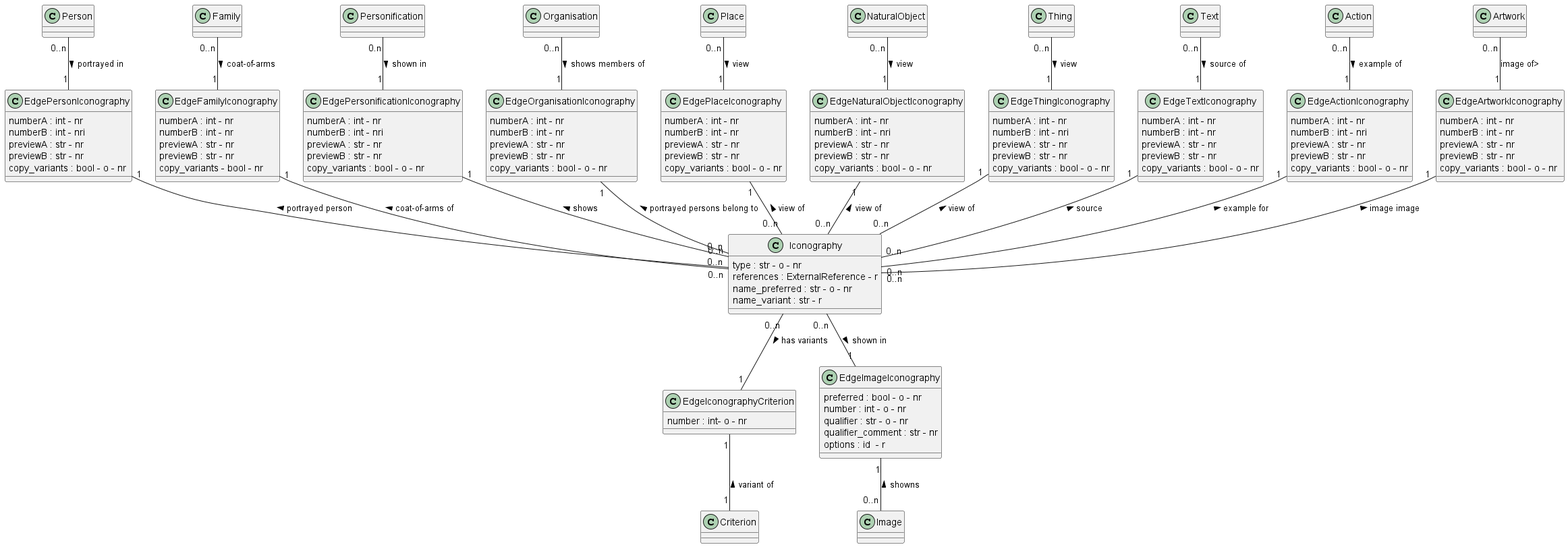
Earlier version of the PlantUML export documentation/class_diagrams/Iconography.png (tmasch/bpf_be).
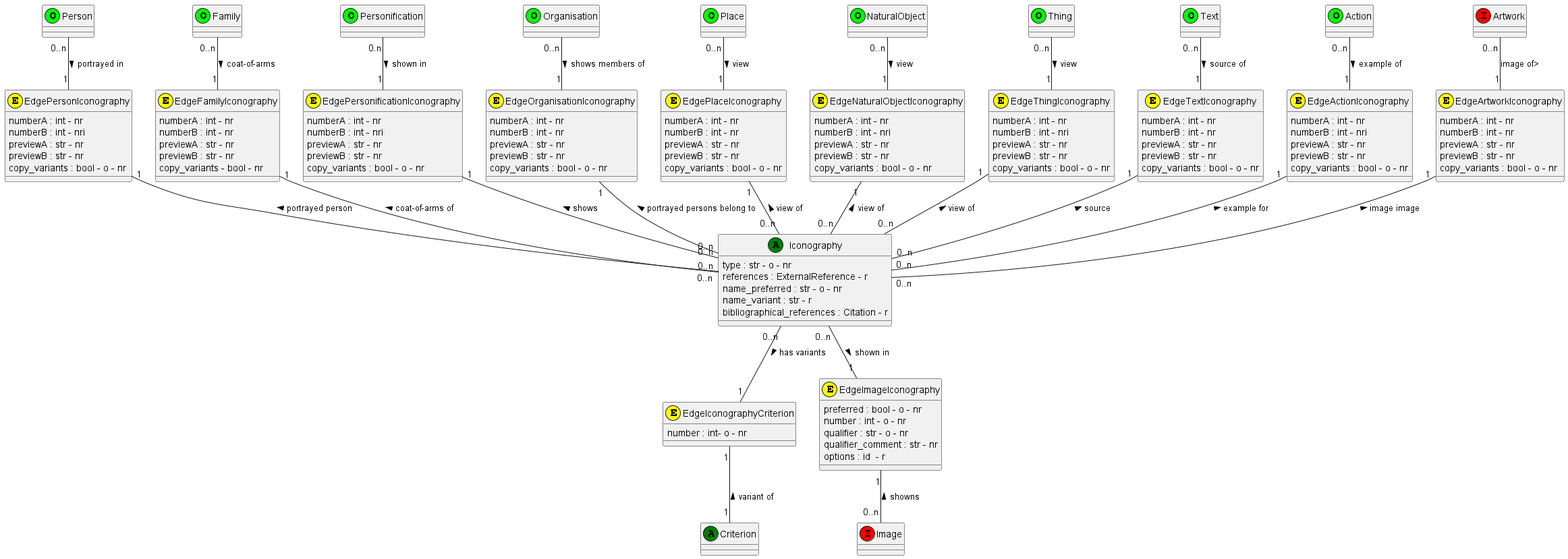
The same file after the commit.

Diff of the diagram source:
```diff
@@ -1,106 +1,109 @@
 @startuml Iconography
-class Iconography
+class Iconography <<(A,green)>>
 Iconography : type : str - o - nr
 Iconography : references : ExternalReference - r
 Iconography : name_preferred : str - o - nr
 Iconography : name_variant : str - r
+Iconography : bibliographical_references : Citation - r
 
-class Person
+class Person <<(O,lime)>>
 
-class Family
+class Family <<(O,lime)>>
 
-class Organisation
+class Personification <<(O,lime)>>
 
-class Place
+class Organisation <<(O,lime)>>
 
-class NaturalObject
+class Place <<(O,lime)>>
 
-class Thing
+class NaturalObject <<(O,lime)>>
 
-class Text
+class Thing <<(O,lime)>>
 
-class Action
+class Text <<(O,lime)>>
 
-class Artwork
+class Action <<(O,lime)>>
 
-class Criterion
+class Artwork <<(I,red)>>
 
-class Image
+class Criterion  <<(A,green)>>
 
-class EdgePersonIconography
+class Image <<(I,red)>>
+
+class EdgePersonIconography <<(E,yellow)>>
 EdgePersonIconography : numberA : int - nr
 EdgePersonIconography : numberB : int - nri
 EdgePersonIconography : previewA : str - nr
 EdgePersonIconography : previewB : str - nr
 EdgePersonIconography : copy_variants : bool - o - nr
 
-class EdgeFamilyIconography
+class EdgeFamilyIconography <<(E,yellow)>>
 EdgeFamilyIconography : numberA : int - nr
 EdgeFamilyIconography : numberB : int - nr
 EdgeFamilyIconography : previewA : str - nr
 EdgeFamilyIconography : previewB : str - nr
 EdgeFamilyIconography : copy_variants - bool - nr
 
-class EdgePersonificationIconography
+class EdgePersonificationIconography <<(E,yellow)>>
 EdgePersonificationIconography : numberA : int - nr
 EdgePersonificationIconography : numberB : int - nri
 EdgePersonificationIconography : previewA : str - nr
 EdgePersonificationIconography : previewB : str - nr
 EdgePersonificationIconography : copy_variants : bool - o - nr
 
-class EdgeOrganisationIconography
+class EdgeOrganisationIconography <<(E,yellow)>>
 EdgeOrganisationIconography : numberA : int - nr
 EdgeOrganisationIconography : numberB : int - nr
 EdgeOrganisationIconography : previewA : str - nr
 EdgeOrganisationIconography : previewB : str - nr
 EdgeOrganisationIconography : copy_variants : bool - o - nr
 
-class EdgePlaceIconography
+class EdgePlaceIconography <<(E,yellow)>>
 EdgePlaceIconography : numberA : int - nr
 EdgePlaceIconography : numberB : int - nr
 EdgePlaceIconography : previewA : str - nr
 EdgePlaceIconography : previewB : str - nr
 EdgePlaceIconography : copy_variants : bool - o - nr
 
-class EdgeNaturalObjectIconography
+class EdgeNaturalObjectIconography <<(E,yellow)>>
 EdgeNaturalObjectIconography : numberA : int - nr
 EdgeNaturalObjectIconography : numberB : int - nri
 EdgeNaturalObjectIconography : previewA : str - nr
 EdgeNaturalObjectIconography : previewB : str - nr
 EdgeNaturalObjectIconography : copy_variants : bool - o - nr
 
-class EdgeThingIconography
+class EdgeThingIconography <<(E,yellow)>>
 EdgeThingIconography : numberA : int - nr
 EdgeThingIconography : numberB : int - nri
 EdgeThingIconography : previewA : str - nr
 EdgeThingIconography : previewB : str - nr
 EdgeThingIconography : copy_variants : bool - o - nr
 
-class EdgeTextIconography
+class EdgeTextIconography <<(E,yellow)>>
 EdgeTextIconography : numberA : int - nr
 EdgeTextIconography : numberB : int - nr
 EdgeTextIconography : previewA : str - nr
 EdgeTextIconography : previewB : str - nr
 EdgeTextIconography : copy_variants : bool - o - nr
 
-class EdgeActionIconography
+class EdgeActionIconography <<(E,yellow)>>
 EdgeActionIconography : numberA : int - nr
 EdgeActionIconography : numberB : int - nri
 EdgeActionIconography : previewA : str - nr
 EdgeActionIconography : previewB : str - nr
 EdgeActionIconography : copy_variants : bool - o - nr
 
-class EdgeArtworkIconography
+class EdgeArtworkIconography <<(E,yellow)>>
 EdgeArtworkIconography : numberA : int - nr
 EdgeArtworkIconography : numberB : int - nr
 EdgeArtworkIconography : previewA : str - nr
 EdgeArtworkIconography : previewB : str - nr
 EdgeArtworkIconography : copy_variants : bool - o - nr
 
-class EdgeIconographyCriterion
+class EdgeIconographyCriterion <<(E,yellow)>>
 EdgeIconographyCriterion : number : int- o - nr
 
-class EdgeImageIconography
+class EdgeImageIconography <<(E,yellow)>>
 EdgeImageIconography : preferred : bool - o - nr
 EdgeImageIconography : number : int - o - nr
 EdgeImageIconography : qualifier : str - o - nr
```
